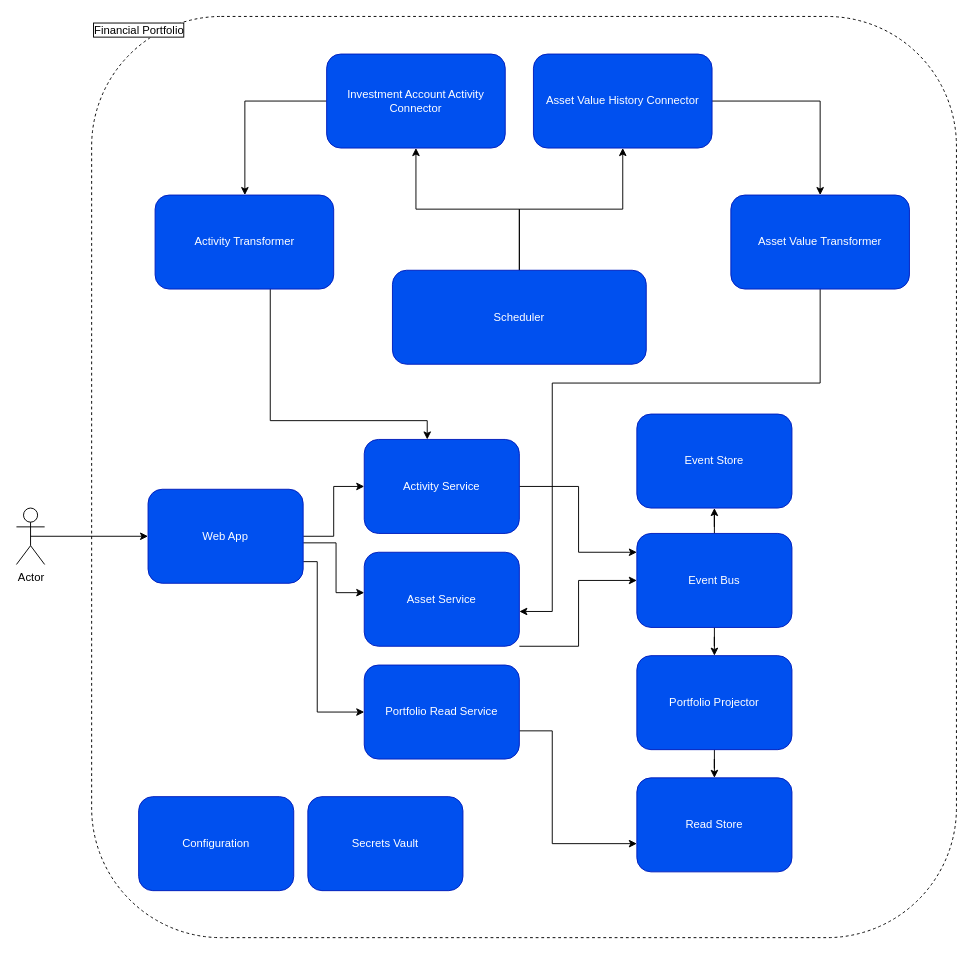
Above: page "C2" (2 of 2) of doc/High-Level Architecture.drawio in aleichter/financial-portfolio (draw.io), before the change. Source tidied: cells renumbered, new cells numbered last; positions are measured from the earlier drawing's top-left corner, leaving out a move shared by most shapes. Both pictures are drawn from the tidied source at 94%, with x=0, y=0 at pixel (16, 16).
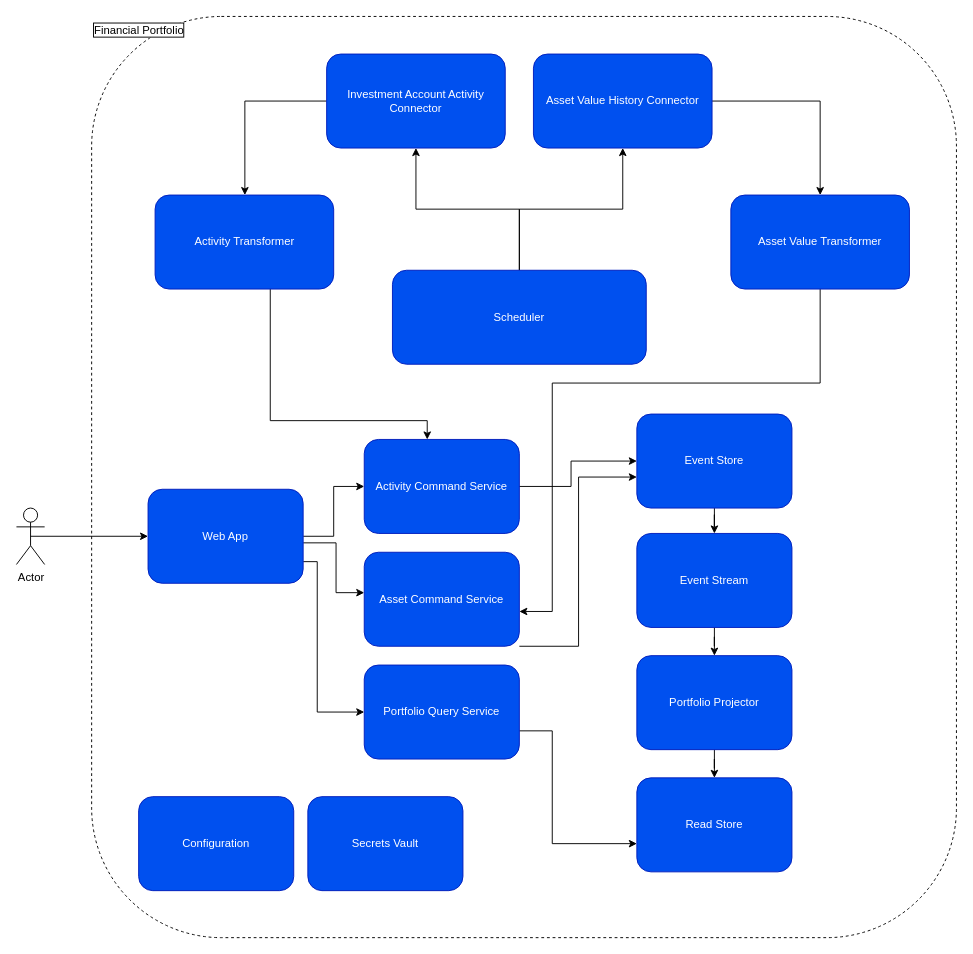
The same page after the edit.

The change refers to these unchanged cells:
```xml
<mxCell id="33" value="Event Store" style="rounded=1;whiteSpace=wrap;html=1;fillColor=#0050ef;strokeColor=#001DBC;fontColor=#ffffff;" parent="1" vertex="1">
  <mxGeometry x="660" y="423" width="165" height="100" as="geometry" />
</mxCell>
```

Diff of the diagram source:
```diff
@@
-    <mxCell id="21" style="edgeStyle=orthogonalEdgeStyle;rounded=0;jettySize=auto;html=1;" parent="1" edge="1" source="22" target="27">
+    <mxCell id="21" style="edgeStyle=orthogonalEdgeStyle;rounded=0;jettySize=auto;html=1;" parent="1" edge="1" source="22" target="33">
       <mxGeometry relative="1" as="geometry">
         <Array as="points">
-          <mxPoint x="598" y="500" />
-          <mxPoint x="598" y="570" />
+          <mxPoint x="590" y="500" />
+          <mxPoint x="590" y="473" />
         </Array>
       </mxGeometry>
     </mxCell>
-    <mxCell id="22" value="Activity Service" style="rounded=1;whiteSpace=wrap;html=1;fillColor=#0050ef;strokeColor=#001DBC;fontColor=#ffffff;" parent="1" vertex="1">
+    <mxCell id="22" value="Activity Command Service" style="rounded=1;whiteSpace=wrap;html=1;fillColor=#0050ef;strokeColor=#001DBC;fontColor=#ffffff;" parent="1" vertex="1">
       <mxGeometry x="370" y="450" width="165" height="100" as="geometry" />
     </mxCell>
-    <mxCell id="23" style="edgeStyle=orthogonalEdgeStyle;rounded=0;jettySize=auto;html=1;" parent="1" edge="1" source="24" target="27">
+    <mxCell id="23" style="edgeStyle=orthogonalEdgeStyle;rounded=0;jettySize=auto;html=1;" parent="1" edge="1" source="24" target="33">
       <mxGeometry relative="1" as="geometry">
         <Array as="points">
           <mxPoint x="598" y="670" />
-          <mxPoint x="598" y="600" />
+          <mxPoint x="598" y="490" />
         </Array>
       </mxGeometry>
     </mxCell>
-    <mxCell id="24" value="Asset Service" style="rounded=1;whiteSpace=wrap;html=1;fillColor=#0050ef;strokeColor=#001DBC;fontColor=#ffffff;" parent="1" vertex="1">
+    <mxCell id="24" value="Asset Command Service" style="rounded=1;whiteSpace=wrap;html=1;fillColor=#0050ef;strokeColor=#001DBC;fontColor=#ffffff;" parent="1" vertex="1">
       <mxGeometry x="370" y="570" width="165" height="100" as="geometry" />
     </mxCell>
@@
-    <mxCell id="26" style="edgeStyle=orthogonalEdgeStyle;rounded=0;jettySize=auto;html=1;exitX=0.5;exitY=0;exitDx=0;exitDy=0;" parent="1" edge="1" source="27" target="33">
-      <mxGeometry relative="1" as="geometry" />
-    </mxCell>
-    <mxCell id="27" value="Event Bus" style="rounded=1;whiteSpace=wrap;html=1;fillColor=#0050ef;strokeColor=#001DBC;fontColor=#ffffff;" parent="1" vertex="1">
+    <mxCell id="27" value="Event Stream" style="rounded=1;whiteSpace=wrap;html=1;fillColor=#0050ef;strokeColor=#001DBC;fontColor=#ffffff;" parent="1" vertex="1">
       <mxGeometry x="660" y="550" width="165" height="100" as="geometry" />
     </mxCell>
@@
-    <mxCell id="29" value="Portfolio Read Service" style="rounded=1;whiteSpace=wrap;html=1;fillColor=#0050ef;strokeColor=#001DBC;fontColor=#ffffff;" parent="1" vertex="1">
+    <mxCell id="29" value="Portfolio Query Service" style="rounded=1;whiteSpace=wrap;html=1;fillColor=#0050ef;strokeColor=#001DBC;fontColor=#ffffff;" parent="1" vertex="1">
       <mxGeometry x="370" y="690" width="165" height="100" as="geometry" />
     </mxCell>
@@
+    <mxCell id="35" style="edgeStyle=orthogonalEdgeStyle;rounded=0;jettySize=auto;html=1;" parent="1" edge="1" source="33" target="27">
+      <mxGeometry relative="1" as="geometry" />
+    </mxCell>
```
